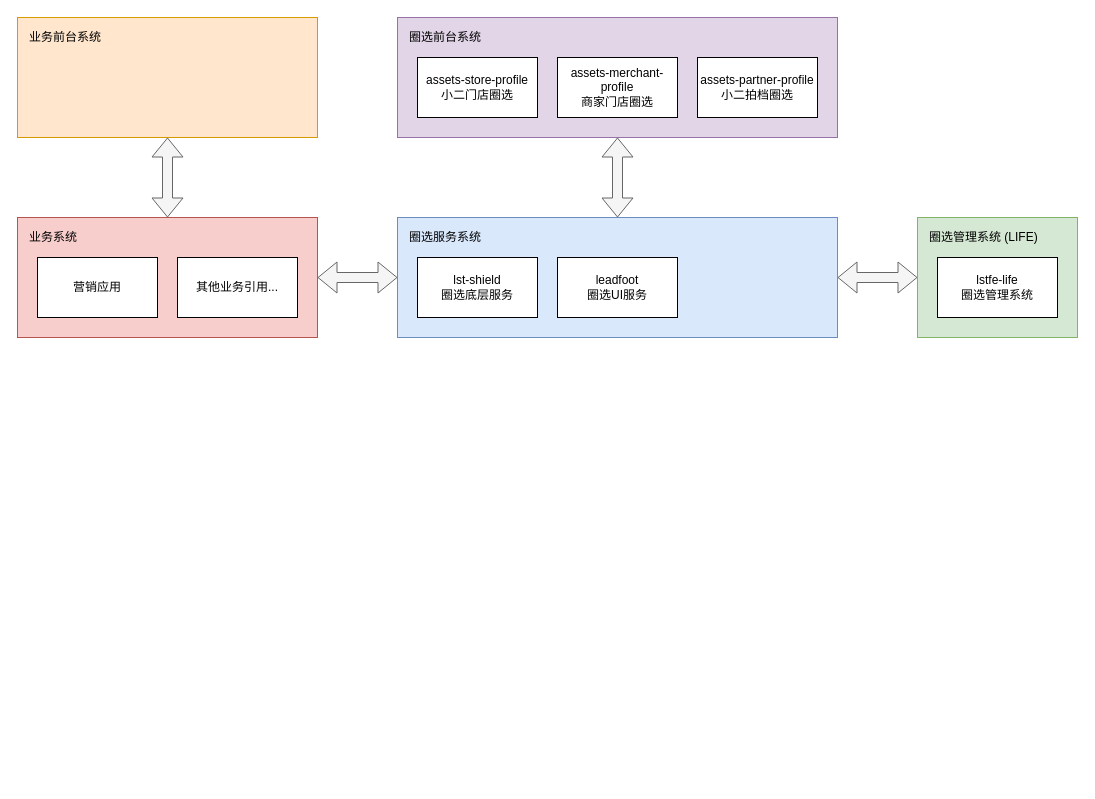
zzuwzj/draw keeps this draw.io diagram as 圈选系统前端技术架构.drawio. Above is the earlier version. Source tidied: cells renumbered, new cells numbered last; positions are measured from the earlier drawing's top-left corner, leaving out a move shared by most shapes. Both pictures are drawn from the tidied source at 100%, with x=0, y=0 at pixel (17, 17).
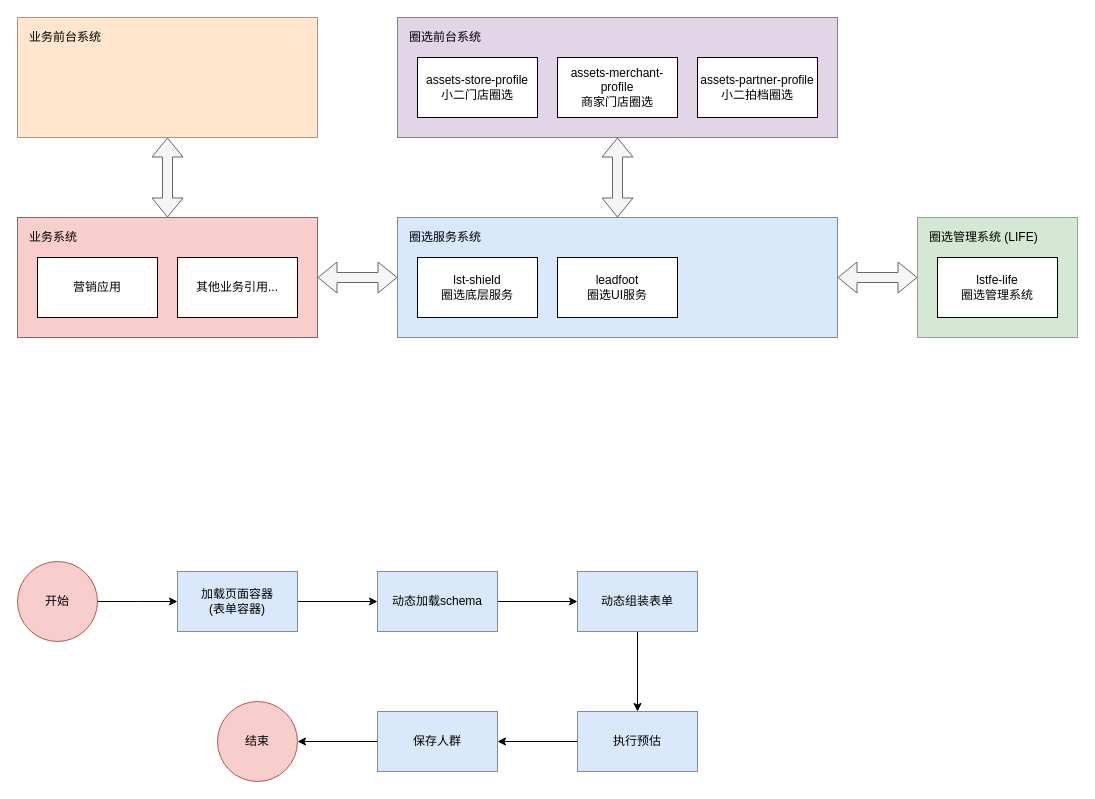
After the change.

Commit message:
Update 圈选系统前端技术架构.drawio

Diff of the diagram source:
```diff
@@
+    <mxCell id="24" style="edgeStyle=orthogonalEdgeStyle;rounded=0;jettySize=auto;html=1;" parent="1" edge="1" source="25">
+      <mxGeometry relative="1" as="geometry">
+        <mxPoint x="160" y="584" as="targetPoint" />
+      </mxGeometry>
+    </mxCell>
+    <mxCell id="25" value="开始" style="ellipse;whiteSpace=wrap;html=1;align=center;fillColor=#f8cecc;strokeColor=#b85450;" parent="1" vertex="1">
+      <mxGeometry y="544" width="80" height="80" as="geometry" />
+    </mxCell>
+    <mxCell id="26" style="edgeStyle=orthogonalEdgeStyle;rounded=0;jettySize=auto;html=1;" parent="1" edge="1" source="27" target="29">
+      <mxGeometry relative="1" as="geometry" />
+    </mxCell>
+    <mxCell id="27" value="加载页面容器&lt;br&gt;(表单容器)" style="rounded=0;whiteSpace=wrap;html=1;align=center;fillColor=#dae8fc;strokeColor=#6c8ebf;" parent="1" vertex="1">
+      <mxGeometry x="160" y="554" width="120" height="60" as="geometry" />
+    </mxCell>
+    <mxCell id="28" style="edgeStyle=orthogonalEdgeStyle;rounded=0;jettySize=auto;html=1;" parent="1" edge="1" source="29" target="31">
+      <mxGeometry relative="1" as="geometry" />
+    </mxCell>
+    <mxCell id="29" value="动态加载schema" style="rounded=0;whiteSpace=wrap;html=1;align=center;fillColor=#dae8fc;strokeColor=#6c8ebf;" parent="1" vertex="1">
+      <mxGeometry x="360" y="554" width="120" height="60" as="geometry" />
+    </mxCell>
+    <mxCell id="30" style="edgeStyle=orthogonalEdgeStyle;rounded=0;jettySize=auto;html=1;" parent="1" edge="1" source="31" target="33">
+      <mxGeometry relative="1" as="geometry" />
+    </mxCell>
+    <mxCell id="31" value="动态组装表单" style="rounded=0;whiteSpace=wrap;html=1;align=center;fillColor=#dae8fc;strokeColor=#6c8ebf;" parent="1" vertex="1">
+      <mxGeometry x="560" y="554" width="120" height="60" as="geometry" />
+    </mxCell>
+    <mxCell id="32" style="edgeStyle=orthogonalEdgeStyle;rounded=0;jettySize=auto;html=1;" parent="1" edge="1" source="33" target="35">
+      <mxGeometry relative="1" as="geometry" />
+    </mxCell>
+    <mxCell id="33" value="执行预估" style="rounded=0;whiteSpace=wrap;html=1;align=center;fillColor=#dae8fc;strokeColor=#6c8ebf;" parent="1" vertex="1">
+      <mxGeometry x="560" y="694" width="120" height="60" as="geometry" />
+    </mxCell>
+    <mxCell id="34" style="edgeStyle=orthogonalEdgeStyle;rounded=0;jettySize=auto;html=1;" parent="1" edge="1" source="35">
+      <mxGeometry relative="1" as="geometry">
+        <mxPoint x="280" y="724" as="targetPoint" />
+      </mxGeometry>
+    </mxCell>
+    <mxCell id="35" value="保存人群" style="rounded=0;whiteSpace=wrap;html=1;align=center;fillColor=#dae8fc;strokeColor=#6c8ebf;" parent="1" vertex="1">
+      <mxGeometry x="360" y="694" width="120" height="60" as="geometry" />
+    </mxCell>
+    <mxCell id="36" value="结束" style="ellipse;whiteSpace=wrap;html=1;align=center;fillColor=#f8cecc;strokeColor=#b85450;" parent="1" vertex="1">
+      <mxGeometry x="200" y="684" width="80" height="80" as="geometry" />
+    </mxCell>
```
